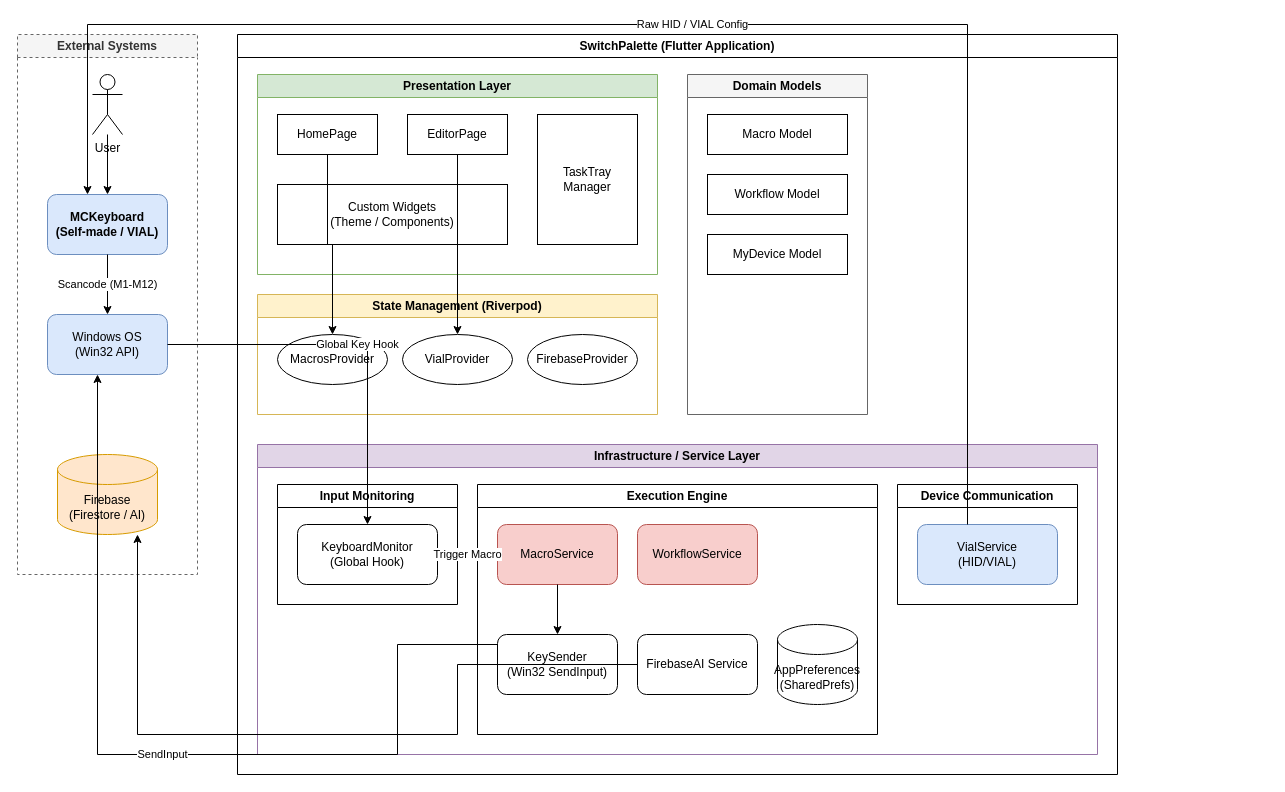
Chika0221/MC-hub keeps this draw.io diagram as mc_hub_architecture.drawio. Above is the earlier version. Source tidied: cells renumbered, new cells numbered last; positions are measured from the earlier drawing's top-left corner, leaving out a move shared by most shapes. Both pictures are drawn from the tidied source at 100%, with x=0, y=0 at pixel (17, 24).
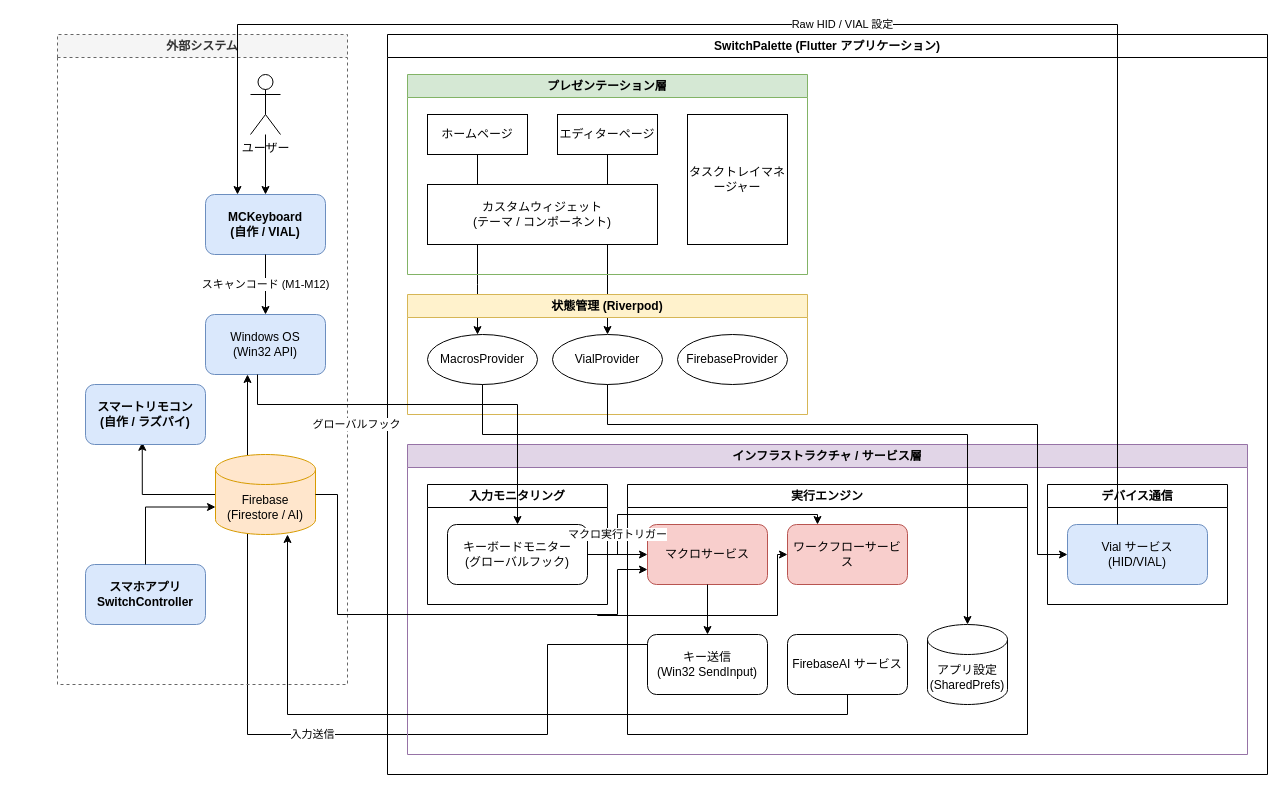
The same diagram, later.

Commit message:
feat: アーキテクチャ図の日本語ラベルを追加し、全体のレイアウトを調整

Unchanged cells that the change refers to:
```xml
<mxCell id="14" value="MacrosProvider" style="ellipse;whiteSpace=wrap;html=1;" parent="13" vertex="1">
  <mxGeometry x="20" y="40" width="110" height="50" as="geometry" />
</mxCell>
<mxCell id="15" value="VialProvider" style="ellipse;whiteSpace=wrap;html=1;" parent="13" vertex="1">
  <mxGeometry x="145" y="40" width="110" height="50" as="geometry" />
</mxCell>
```

The edit, as a diff of the source:
```diff
@@
+    <mxCell id="40" style="edgeStyle=orthogonalEdgeStyle;rounded=0;jettySize=auto;html=1;" parent="1" edge="1" source="9" target="14">
+      <mxGeometry relative="1" as="geometry">
+        <Array as="points">
+          <mxPoint x="460" y="260" />
+          <mxPoint x="460" y="260" />
+        </Array>
+      </mxGeometry>
+    </mxCell>
+    <mxCell id="41" style="edgeStyle=orthogonalEdgeStyle;rounded=0;jettySize=auto;html=1;" parent="1" edge="1" source="10" target="15">
+      <mxGeometry relative="1" as="geometry" />
+    </mxCell>
+    <mxCell id="37" value="入力送信" style="edgeStyle=orthogonalEdgeStyle;rounded=0;jettySize=auto;html=1;" parent="1" edge="1" source="23" target="5">
+      <mxGeometry relative="1" as="geometry">
+        <Array as="points">
+          <mxPoint x="530" y="620" />
+          <mxPoint x="530" y="710" />
+          <mxPoint x="230" y="710" />
+        </Array>
+      </mxGeometry>
+    </mxCell>
-    <mxCell id="2" value="External Systems" style="swimlane;whiteSpace=wrap;html=1;dashed=1;fillColor=#f5f5f5;fontColor=#333333;strokeColor=#666666;" parent="1" vertex="1">
-      <mxGeometry y="10" width="180" height="540" as="geometry" />
+    <mxCell id="2" value="外部システム" style="swimlane;whiteSpace=wrap;html=1;dashed=1;fillColor=#f5f5f5;fontColor=#333333;strokeColor=#666666;" parent="1" vertex="1">
+      <mxGeometry x="40" y="10" width="290" height="650" as="geometry" />
     </mxCell>
-    <mxCell id="3" value="User" style="shape=umlActor;verticalLabelPosition=bottom;verticalAlign=top;html=1;outlineConnect=0;" parent="2" vertex="1">
-      <mxGeometry x="75" y="40" width="30" height="60" as="geometry" />
+    <mxCell id="3" value="ユーザー" style="shape=umlActor;verticalLabelPosition=bottom;verticalAlign=top;html=1;outlineConnect=0;" parent="2" vertex="1">
+      <mxGeometry x="193" y="40" width="30" height="60" as="geometry" />
     </mxCell>
-    <mxCell id="4" value="MCKeyboard&#10;(Self-made / VIAL)" style="rounded=1;whiteSpace=wrap;html=1;fillColor=#dae8fc;strokeColor=#6c8ebf;fontStyle=1;" parent="2" vertex="1">
-      <mxGeometry x="30" y="160" width="120" height="60" as="geometry" />
+    <mxCell id="4" value="MCKeyboard&#10;(自作 / VIAL)" style="rounded=1;whiteSpace=wrap;html=1;fillColor=#dae8fc;strokeColor=#6c8ebf;fontStyle=1;" parent="2" vertex="1">
+      <mxGeometry x="148" y="160" width="120" height="60" as="geometry" />
     </mxCell>
     <mxCell id="5" value="Windows OS&#10;(Win32 API)" style="rounded=1;whiteSpace=wrap;html=1;fillColor=#dae8fc;strokeColor=#6c8ebf;" parent="2" vertex="1">
-      <mxGeometry x="30" y="280" width="120" height="60" as="geometry" />
+      <mxGeometry x="148" y="280" width="120" height="60" as="geometry" />
     </mxCell>
+    <mxCell id="42" style="edgeStyle=orthogonalEdgeStyle;html=1;exitX=0;exitY=0.5;exitDx=0;exitDy=0;exitPerimeter=0;entryX=0.473;entryY=0.963;entryDx=0;entryDy=0;entryPerimeter=0;rounded=0;" parent="2" edge="1" source="6" target="43">
+      <mxGeometry relative="1" as="geometry" />
+    </mxCell>
     <mxCell id="6" value="Firebase&#10;(Firestore / AI)" style="shape=cylinder3;whiteSpace=wrap;html=1;boundedLbl=1;backgroundOutline=1;size=15;fillColor=#ffe6cc;strokeColor=#d79b00;" parent="2" vertex="1">
-      <mxGeometry x="40" y="420" width="100" height="80" as="geometry" />
+      <mxGeometry x="158" y="420" width="100" height="80" as="geometry" />
     </mxCell>
+    <mxCell id="43" value="スマートリモコン&lt;br&gt;(自作 / ラズパイ)" style="rounded=1;whiteSpace=wrap;html=1;fillColor=#dae8fc;strokeColor=#6c8ebf;fontStyle=1;" parent="2" vertex="1">
+      <mxGeometry x="28" y="350" width="120" height="60" as="geometry" />
+    </mxCell>
+    <mxCell id="44" value="スマホアプリ&lt;br&gt;SwitchController" style="rounded=1;whiteSpace=wrap;html=1;fillColor=#dae8fc;strokeColor=#6c8ebf;fontStyle=1;" parent="2" vertex="1">
+      <mxGeometry x="28" y="530" width="120" height="60" as="geometry" />
+    </mxCell>
+    <mxCell id="45" style="edgeStyle=orthogonalEdgeStyle;html=1;entryX=0;entryY=0;entryDx=0;entryDy=52.5;entryPerimeter=0;rounded=0;exitX=0.5;exitY=0;exitDx=0;exitDy=0;" parent="2" edge="1" source="44" target="6">
+      <mxGeometry relative="1" as="geometry" />
+    </mxCell>
-    <mxCell id="7" value="SwitchPalette (Flutter Application)" style="swimlane;whiteSpace=wrap;html=1;fillColor=#ffffff;strokeColor=#000000;" parent="1" vertex="1">
-      <mxGeometry x="220" y="10" width="880" height="740" as="geometry" />
+    <mxCell id="7" value="SwitchPalette (Flutter アプリケーション)" style="swimlane;whiteSpace=wrap;html=1;fillColor=#ffffff;strokeColor=#000000;" parent="1" vertex="1">
+      <mxGeometry x="370" y="10" width="880" height="740" as="geometry" />
     </mxCell>
-    <mxCell id="8" value="Presentation Layer" style="swimlane;whiteSpace=wrap;html=1;fillColor=#d5e8d4;strokeColor=#82b366;" parent="7" vertex="1">
+    <mxCell id="8" value="プレゼンテーション層" style="swimlane;whiteSpace=wrap;html=1;fillColor=#d5e8d4;strokeColor=#82b366;" parent="7" vertex="1">
       <mxGeometry x="20" y="40" width="400" height="200" as="geometry" />
     </mxCell>
-    <mxCell id="9" value="HomePage" style="rounded=0;whiteSpace=wrap;html=1;" parent="8" vertex="1">
+    <mxCell id="9" value="ホームページ" style="rounded=0;whiteSpace=wrap;html=1;" parent="8" vertex="1">
       <mxGeometry x="20" y="40" width="100" height="40" as="geometry" />
     </mxCell>
-    <mxCell id="10" value="EditorPage" style="rounded=0;whiteSpace=wrap;html=1;" parent="8" vertex="1">
+    <mxCell id="10" value="エディターページ" style="rounded=0;whiteSpace=wrap;html=1;" parent="8" vertex="1">
       <mxGeometry x="150" y="40" width="100" height="40" as="geometry" />
     </mxCell>
-    <mxCell id="11" value="Custom Widgets&#10;(Theme / Components)" style="rounded=0;whiteSpace=wrap;html=1;" parent="8" vertex="1">
+    <mxCell id="11" value="カスタムウィジェット&#10;(テーマ / コンポーネント)" style="rounded=0;whiteSpace=wrap;html=1;" parent="8" vertex="1">
       <mxGeometry x="20" y="110" width="230" height="60" as="geometry" />
     </mxCell>
-    <mxCell id="12" value="TaskTray Manager" style="rounded=0;whiteSpace=wrap;html=1;" parent="8" vertex="1">
+    <mxCell id="12" value="タスクトレイマネージャー" style="rounded=0;whiteSpace=wrap;html=1;" parent="8" vertex="1">
       <mxGeometry x="280" y="40" width="100" height="130" as="geometry" />
     </mxCell>
-    <mxCell id="13" value="State Management (Riverpod)" style="swimlane;whiteSpace=wrap;html=1;fillColor=#fff2cc;strokeColor=#d6b656;" parent="7" vertex="1">
+    <mxCell id="13" value="状態管理 (Riverpod)" style="swimlane;whiteSpace=wrap;html=1;fillColor=#fff2cc;strokeColor=#d6b656;" parent="7" vertex="1">
       <mxGeometry x="20" y="260" width="400" height="120" as="geometry" />
     </mxCell>
@@
-    <mxCell id="17" value="Infrastructure / Service Layer" style="swimlane;whiteSpace=wrap;html=1;fillColor=#e1d5e7;strokeColor=#9673a6;" parent="7" vertex="1">
+    <mxCell id="17" value="インフラストラクチャ / サービス層" style="swimlane;whiteSpace=wrap;html=1;fillColor=#e1d5e7;strokeColor=#9673a6;" parent="7" vertex="1">
       <mxGeometry x="20" y="410" width="840" height="310" as="geometry" />
     </mxCell>
-    <mxCell id="18" value="Input Monitoring" style="swimlane;whiteSpace=wrap;html=1;" parent="17" vertex="1">
+    <mxCell id="18" value="入力モニタリング" style="swimlane;whiteSpace=wrap;html=1;" parent="17" vertex="1">
       <mxGeometry x="20" y="40" width="180" height="120" as="geometry" />
     </mxCell>
-    <mxCell id="19" value="KeyboardMonitor&#10;(Global Hook)" style="rounded=1;whiteSpace=wrap;html=1;" parent="18" vertex="1">
+    <mxCell id="19" value="キーボードモニター&#10;(グローバルフック)" style="rounded=1;whiteSpace=wrap;html=1;" parent="18" vertex="1">
       <mxGeometry x="20" y="40" width="140" height="60" as="geometry" />
     </mxCell>
-    <mxCell id="20" value="Execution Engine" style="swimlane;whiteSpace=wrap;html=1;" parent="17" vertex="1">
+    <mxCell id="20" value="実行エンジン" style="swimlane;whiteSpace=wrap;html=1;" parent="17" vertex="1">
       <mxGeometry x="220" y="40" width="400" height="250" as="geometry" />
     </mxCell>
-    <mxCell id="21" value="MacroService" style="rounded=1;whiteSpace=wrap;html=1;fillColor=#f8cecc;strokeColor=#b85450;" parent="20" vertex="1">
+    <mxCell id="21" value="マクロサービス" style="rounded=1;whiteSpace=wrap;html=1;fillColor=#f8cecc;strokeColor=#b85450;" parent="20" vertex="1">
       <mxGeometry x="20" y="40" width="120" height="60" as="geometry" />
     </mxCell>
-    <mxCell id="22" value="WorkflowService" style="rounded=1;whiteSpace=wrap;html=1;fillColor=#f8cecc;strokeColor=#b85450;" parent="20" vertex="1">
+    <mxCell id="22" value="ワークフローサービス" style="rounded=1;whiteSpace=wrap;html=1;fillColor=#f8cecc;strokeColor=#b85450;" parent="20" vertex="1">
       <mxGeometry x="160" y="40" width="120" height="60" as="geometry" />
     </mxCell>
-    <mxCell id="23" value="KeySender&#10;(Win32 SendInput)" style="rounded=1;whiteSpace=wrap;html=1;" parent="20" vertex="1">
+    <mxCell id="23" value="キー送信&#10;(Win32 SendInput)" style="rounded=1;whiteSpace=wrap;html=1;" parent="20" vertex="1">
       <mxGeometry x="20" y="150" width="120" height="60" as="geometry" />
     </mxCell>
-    <mxCell id="24" value="FirebaseAI Service" style="rounded=1;whiteSpace=wrap;html=1;" parent="20" vertex="1">
+    <mxCell id="24" value="FirebaseAI サービス" style="rounded=1;whiteSpace=wrap;html=1;" parent="20" vertex="1">
       <mxGeometry x="160" y="150" width="120" height="60" as="geometry" />
     </mxCell>
-    <mxCell id="25" value="AppPreferences&#10;(SharedPrefs)" style="shape=cylinder3;whiteSpace=wrap;html=1;boundedLbl=1;backgroundOutline=1;size=15;" parent="20" vertex="1">
+    <mxCell id="25" value="アプリ設定&#10;(SharedPrefs)" style="shape=cylinder3;whiteSpace=wrap;html=1;boundedLbl=1;backgroundOutline=1;size=15;" parent="20" vertex="1">
       <mxGeometry x="300" y="140" width="80" height="80" as="geometry" />
     </mxCell>
-    <mxCell id="26" value="Device Communication" style="swimlane;whiteSpace=wrap;html=1;" parent="17" vertex="1">
+    <mxCell id="26" value="デバイス通信" style="swimlane;whiteSpace=wrap;html=1;" parent="17" vertex="1">
       <mxGeometry x="640" y="40" width="180" height="120" as="geometry" />
     </mxCell>
-    <mxCell id="27" value="VialService&#10;(HID/VIAL)" style="rounded=1;whiteSpace=wrap;html=1;fillColor=#dae8fc;strokeColor=#6c8ebf;" parent="26" vertex="1">
+    <mxCell id="27" value="Vial サービス&#10;(HID/VIAL)" style="rounded=1;whiteSpace=wrap;html=1;fillColor=#dae8fc;strokeColor=#6c8ebf;" parent="26" vertex="1">
       <mxGeometry x="20" y="40" width="140" height="60" as="geometry" />
     </mxCell>
-    <mxCell id="28" value="Domain Models" style="swimlane;whiteSpace=wrap;html=1;fillColor=#f5f5f5;strokeColor=#666666;" parent="7" vertex="1">
-      <mxGeometry x="450" y="40" width="180" height="340" as="geometry" />
-    </mxCell>
-    <mxCell id="29" value="Macro Model" style="rounded=0;whiteSpace=wrap;html=1;" parent="28" vertex="1">
-      <mxGeometry x="20" y="40" width="140" height="40" as="geometry" />
-    </mxCell>
-    <mxCell id="30" value="Workflow Model" style="rounded=0;whiteSpace=wrap;html=1;" parent="28" vertex="1">
-      <mxGeometry x="20" y="100" width="140" height="40" as="geometry" />
-    </mxCell>
-    <mxCell id="31" value="MyDevice Model" style="rounded=0;whiteSpace=wrap;html=1;" parent="28" vertex="1">
-      <mxGeometry x="20" y="160" width="140" height="40" as="geometry" />
-    </mxCell>
+    <mxCell id="46" style="edgeStyle=orthogonalEdgeStyle;html=1;exitX=1;exitY=0.5;exitDx=0;exitDy=0;entryX=0.25;entryY=0;entryDx=0;entryDy=0;rounded=0;curved=0;" parent="17" edge="1" source="19" target="22">
+      <mxGeometry relative="1" as="geometry">
+        <Array as="points">
+          <mxPoint x="210" y="110" />
+          <mxPoint x="210" y="70" />
+          <mxPoint x="410" y="70" />
+        </Array>
+      </mxGeometry>
+    </mxCell>
+    <mxCell id="47" style="edgeStyle=orthogonalEdgeStyle;html=1;exitX=0.5;exitY=1;exitDx=0;exitDy=0;entryX=0;entryY=0.5;entryDx=0;entryDy=0;rounded=0;curved=0;" parent="7" edge="1" source="15" target="27">
+      <mxGeometry relative="1" as="geometry">
+        <Array as="points">
+          <mxPoint x="220" y="390" />
+          <mxPoint x="650" y="390" />
+          <mxPoint x="650" y="520" />
+        </Array>
+      </mxGeometry>
+    </mxCell>
+    <mxCell id="48" style="edgeStyle=orthogonalEdgeStyle;html=1;exitX=0.5;exitY=1;exitDx=0;exitDy=0;entryX=0.5;entryY=0;entryDx=0;entryDy=0;entryPerimeter=0;rounded=0;curved=0;" parent="7" edge="1" source="14" target="25">
+      <mxGeometry relative="1" as="geometry">
+        <Array as="points">
+          <mxPoint x="95" y="400" />
+          <mxPoint x="580" y="400" />
+        </Array>
+      </mxGeometry>
+    </mxCell>
@@
-    <mxCell id="33" value="Scancode (M1-M12)" style="edgeStyle=orthogonalEdgeStyle;rounded=0;jettySize=auto;html=1;" parent="1" edge="1" source="4" target="5">
+    <mxCell id="33" value="スキャンコード (M1-M12)" style="edgeStyle=orthogonalEdgeStyle;rounded=0;jettySize=auto;html=1;" parent="1" edge="1" source="4" target="5">
       <mxGeometry relative="1" as="geometry" />
     </mxCell>
-    <mxCell id="34" value="Global Key Hook" style="edgeStyle=orthogonalEdgeStyle;rounded=0;jettySize=auto;html=1;" parent="1" edge="1" source="5" target="19">
-      <mxGeometry relative="1" as="geometry" />
+    <mxCell id="34" value="グローバルフック" style="edgeStyle=orthogonalEdgeStyle;rounded=0;jettySize=auto;html=1;" parent="1" edge="1" source="5" target="19">
+      <mxGeometry x="-0.37" y="-20" relative="1" as="geometry">
+        <Array as="points">
+          <mxPoint x="240" y="380" />
+          <mxPoint x="500" y="380" />
+        </Array>
+      </mxGeometry>
     </mxCell>
-    <mxCell id="35" value="Trigger Macro" style="edgeStyle=orthogonalEdgeStyle;rounded=0;jettySize=auto;html=1;" parent="1" edge="1" source="19" target="21">
-      <mxGeometry relative="1" as="geometry" />
+    <mxCell id="35" value="マクロ実行トリガー" style="edgeStyle=orthogonalEdgeStyle;rounded=0;jettySize=auto;html=1;" parent="1" edge="1" source="19">
+      <mxGeometry y="20" relative="1" as="geometry">
+        <mxPoint x="630" y="530" as="targetPoint" />
+        <Array as="points">
+          <mxPoint x="610" y="530" />
+          <mxPoint x="610" y="530" />
+        </Array>
+      </mxGeometry>
     </mxCell>
@@
-    <mxCell id="37" value="SendInput" style="edgeStyle=orthogonalEdgeStyle;rounded=0;jettySize=auto;html=1;" parent="1" edge="1" source="23" target="5">
-      <mxGeometry relative="1" as="geometry">
-        <Array as="points">
-          <mxPoint x="380" y="620" />
-          <mxPoint x="380" y="730" />
-          <mxPoint x="80" y="730" />
-        </Array>
-      </mxGeometry>
-    </mxCell>
     <mxCell id="38" style="edgeStyle=orthogonalEdgeStyle;rounded=0;jettySize=auto;html=1;" parent="1" edge="1" source="24" target="6">
       <mxGeometry relative="1" as="geometry">
         <Array as="points">
-          <mxPoint x="440" y="710" />
-          <mxPoint x="120" y="710" />
+          <mxPoint x="830" y="690" />
+          <mxPoint x="270" y="690" />
         </Array>
       </mxGeometry>
     </mxCell>
-    <mxCell id="39" value="Raw HID / VIAL Config" style="edgeStyle=orthogonalEdgeStyle;rounded=0;jettySize=auto;html=1;" parent="1" edge="1" source="27" target="4">
+    <mxCell id="39" value="Raw HID / VIAL 設定" style="edgeStyle=orthogonalEdgeStyle;rounded=0;jettySize=auto;html=1;" parent="1" edge="1" source="27" target="4">
       <mxGeometry relative="1" as="geometry">
         <Array as="points">
-          <mxPoint x="950" />
-          <mxPoint x="70" />
+          <mxPoint x="1100" />
+          <mxPoint x="220" />
         </Array>
       </mxGeometry>
     </mxCell>
-    <mxCell id="40" style="edgeStyle=orthogonalEdgeStyle;rounded=0;jettySize=auto;html=1;" parent="1" edge="1" source="9" target="14">
-      <mxGeometry relative="1" as="geometry" />
-    </mxCell>
-    <mxCell id="41" style="edgeStyle=orthogonalEdgeStyle;rounded=0;jettySize=auto;html=1;" parent="1" edge="1" source="10" target="15">
-      <mxGeometry relative="1" as="geometry" />
-    </mxCell>
+    <mxCell id="49" style="edgeStyle=orthogonalEdgeStyle;html=1;exitX=1;exitY=0.5;exitDx=0;exitDy=0;exitPerimeter=0;rounded=0;" parent="1" edge="1" source="6">
+      <mxGeometry relative="1" as="geometry">
+        <mxPoint x="630" y="545" as="targetPoint" />
+        <Array as="points">
+          <mxPoint x="320" y="470" />
+          <mxPoint x="320" y="590" />
+          <mxPoint x="600" y="590" />
+          <mxPoint x="600" y="545" />
+        </Array>
+      </mxGeometry>
+    </mxCell>
+    <mxCell id="50" style="endArrow=classic;html=1;entryX=0;entryY=0.5;entryDx=0;entryDy=0;edgeStyle=orthogonalEdgeStyle;rounded=0;curved=0;" parent="1" edge="1" target="22">
+      <mxGeometry relative="1" as="geometry">
+        <mxPoint x="580" y="590" as="sourcePoint" />
+        <Array as="points">
+          <mxPoint x="760" y="591" />
+          <mxPoint x="760" y="530" />
+        </Array>
+      </mxGeometry>
+    </mxCell>
```
